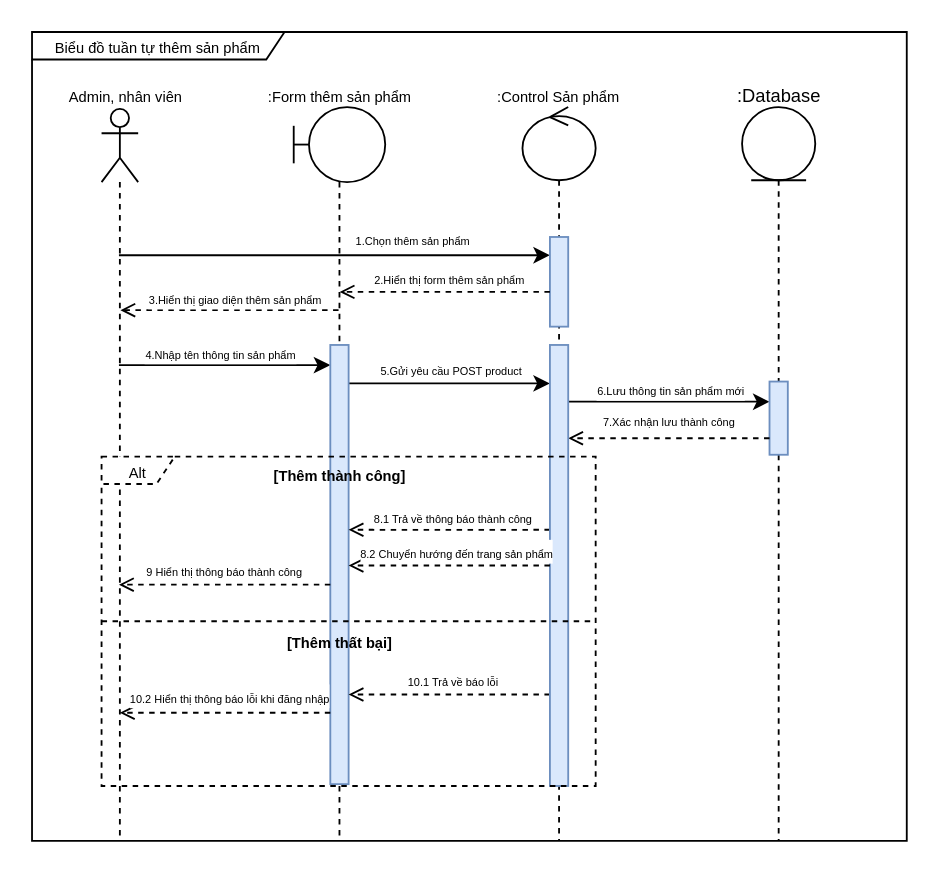
Earlier version of the draw.io diagram page "Page-16" (16 of 18) of shitttt.drawio (Ly-Tien-Dat/doantt). Source tidied: cells renumbered, new cells numbered last; positions are measured from the earlier drawing's top-left corner, leaving out a move shared by most shapes. Both pictures are drawn from the tidied source at 183%, with x=0, y=0 at pixel (31, 31).
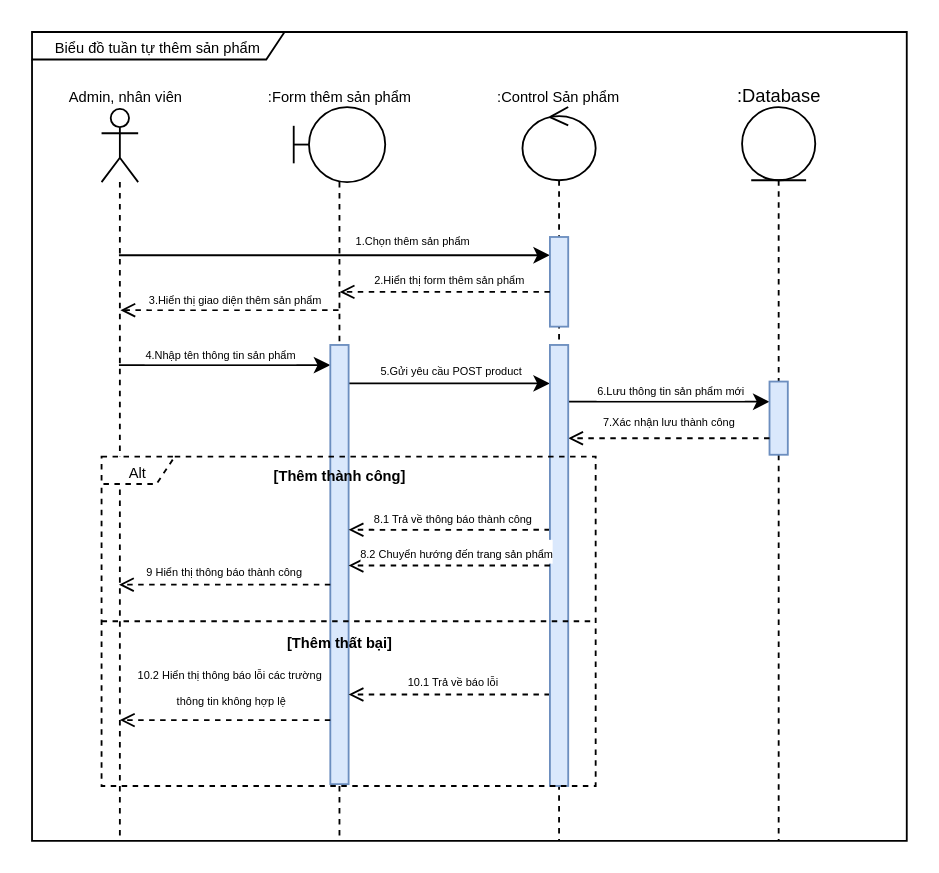
The same page after the edit.

What changed in the source:
```diff
@@
     <mxCell id="42" style="edgeStyle=none;rounded=0;orthogonalLoop=1;jettySize=auto;html=1;curved=0;dashed=1;endArrow=open;endFill=0;" parent="1" edge="1">
       <mxGeometry relative="1" as="geometry">
-        <mxPoint x="163" y="372" as="sourcePoint" />
-        <mxPoint x="48" y="372" as="targetPoint" />
+        <mxPoint x="163" y="376" as="sourcePoint" />
+        <mxPoint x="48" y="376" as="targetPoint" />
       </mxGeometry>
     </mxCell>
-    <mxCell id="43" value="&lt;font style=&quot;font-size: 6px;&quot;&gt;10.2 Hiển thị thông báo lỗi khi đăng nhập&lt;/font&gt;" style="edgeLabel;html=1;align=center;verticalAlign=middle;" parent="42" vertex="1">
+    <mxCell id="43" value="&lt;font style=&quot;font-size: 6px;&quot;&gt;10.2 Hiển thị thông báo lỗi các trường&lt;/font&gt;&lt;div&gt;&lt;font style=&quot;font-size: 6px;&quot;&gt;&amp;nbsp;thông tin không hợp lệ&lt;/font&gt;&lt;/div&gt;" style="edgeLabel;html=1;align=center;verticalAlign=middle;" parent="42" vertex="1">
       <mxGeometry x="0.16" relative="1" as="geometry">
-        <mxPoint x="11" y="-10" as="offset" />
+        <mxPoint x="11" y="-20" as="offset" />
       </mxGeometry>
     </mxCell>
```
